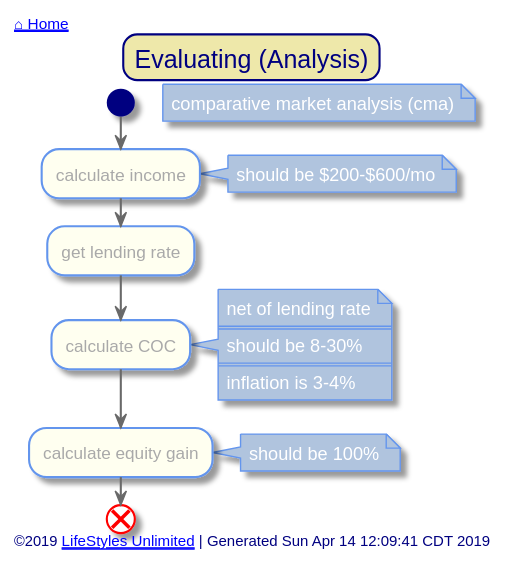
This is out/src/single-family/evaluating.svg from toddmo/lifestylesunlimited, a PlantUML export, as it was before one commit. Source of this version:
```plantuml
@startuml evaluating


skinparam {
  BorderColor Red
  PathHoverColor Blue
}

skinparam Title {
  FontColor Navy
  BackgroundColor PaleGoldenRod
  BorderColor Navy
  BorderRoundCorner 20
}

skinparam activity {
  BackgroundColor Ivory
  BorderColor CornflowerBlue
  FontColor DarkGray

  Arrow {
    Color dimgray
    FontColor dimgray
  }

  Start {
    Color Navy
  }

  End {
    Color Red
  }

  Diamond {
    BackgroundColor Ivory
    BorderColor CornflowerBlue
    FontColor DarkGray
  }

  BackgroundColor<< Exception >> Red
	BorderColor<< Exception >> White
}

skinparam Swimlane {
  BorderColor CornflowerBlue
}

skinparam Partition {
  BackgroundColor DarkSeaGreen
  BorderColor CornflowerBlue
  BorderThickness 1
  FontColor White
  FontSize 16
}
skinparam Note {
  BackgroundColor LightSteelBlue
  BorderColor CornflowerBlue
  FontColor White
}

skinparam Footer {
  FontColor Navy
}


left header
	<font color=Navy>[[../index.svg ⌂ Home]]</font>
endheader


	Title Evaluating (Analysis)

	start

	floating note right: comparative market analysis (cma)

	:calculate income;
	note right
		should be $200-$600/mo
	end note

	:get lending rate;

	:calculate COC;
	note right
		net of lending rate
		====
		should be 8-30%
		====
		inflation is 3-4%
	end note

	:calculate equity gain;
	note right: should be 100%

	end

left footer
	©2019 [[http://www.lifestylesunlimited.com LifeStyles Unlimited]] | Generated Sun Apr 14 12:09:41 CDT 2019
endfooter


@enduml
```
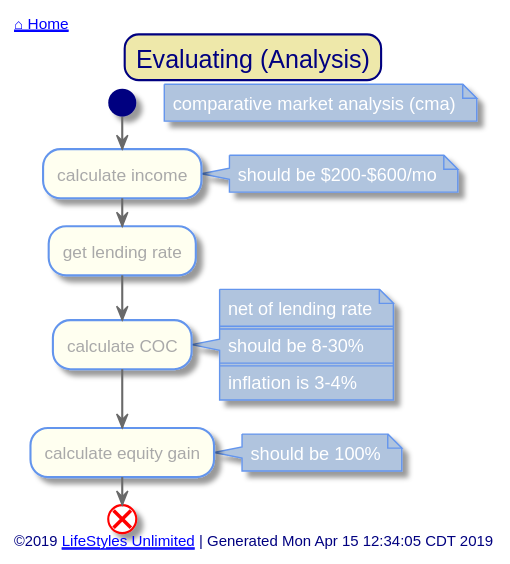
Above is the later version.

The edit, as a diff of the source:
```diff
@@ -96,7 +96,7 @@
 	end
 
 left footer
-	©2019 [[http://www.lifestylesunlimited.com LifeStyles Unlimited]] | Generated Sun Apr 14 12:09:41 CDT 2019
+	©2019 [[http://www.lifestylesunlimited.com LifeStyles Unlimited]] | Generated Mon Apr 15 12:34:05 CDT 2019
 endfooter
 
 
```
